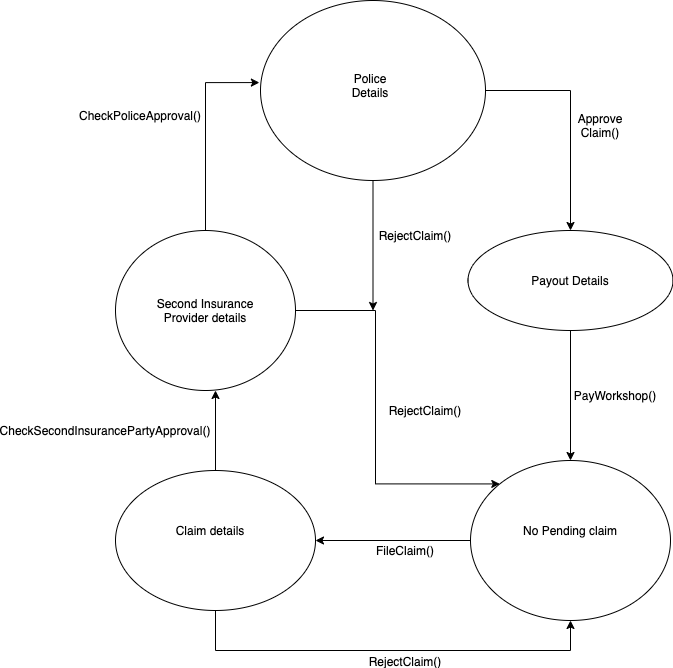
This is Car Accident Insurance Claim.png from shivamrulz/InsuranceClaimFlowDiagram, a draw.io export, as it was before one commit. Source tidied: cells renumbered, new cells last; positions are measured from the earlier drawing's top-left corner, leaving out a move shared by most shapes.
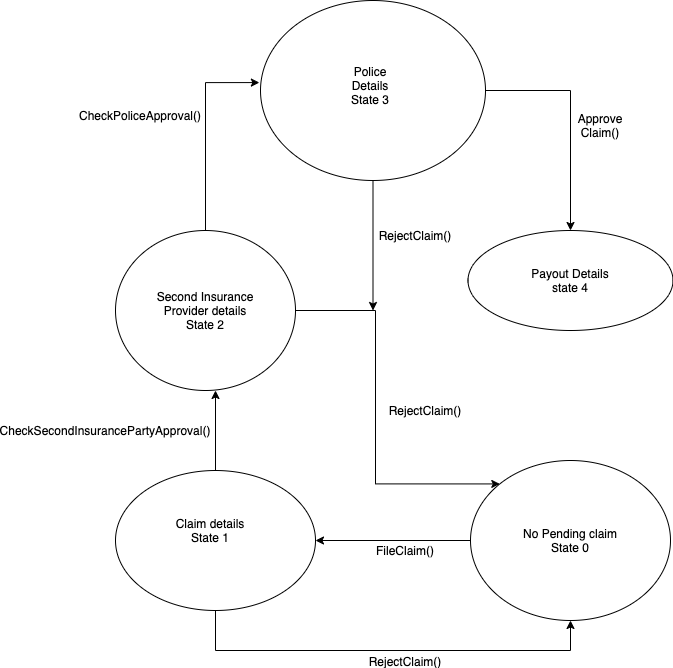
The same file after the commit.

The edit, as a diff of the source:
```diff
@@ -19,9 +19,6 @@
     <mxCell id="4" style="ellipse;whiteSpace=wrap;html=1;" parent="1" vertex="1">
       <mxGeometry x="70" y="470" width="200" height="140" as="geometry" />
     </mxCell>
-    <mxCell id="5" style="edgeStyle=orthogonalEdgeStyle;rounded=0;jettySize=auto;html=1;exitX=0.5;exitY=1;exitDx=0;exitDy=0;entryX=0.5;entryY=0;entryDx=0;entryDy=0;" parent="1" edge="1" source="6" target="8">
-      <mxGeometry relative="1" as="geometry" />
-    </mxCell>
     <mxCell id="6" style="ellipse;whiteSpace=wrap;html=1;" parent="1" vertex="1">
       <mxGeometry x="422.5" y="230" width="205" height="100" as="geometry" />
     </mxCell>
@@ -31,10 +28,10 @@
     <mxCell id="8" style="ellipse;whiteSpace=wrap;html=1;" parent="1" vertex="1">
       <mxGeometry x="425" y="460" width="200" height="160" as="geometry" />
     </mxCell>
-    <mxCell id="9" value="No Pending claim" style="text;html=1;strokeColor=none;fillColor=none;align=center;verticalAlign=middle;whiteSpace=wrap;rounded=0;" parent="1" vertex="1">
-      <mxGeometry x="450" y="520" width="150" height="20" as="geometry" />
+    <mxCell id="9" value="No Pending claim&lt;br&gt;State 0" style="text;html=1;strokeColor=none;fillColor=none;align=center;verticalAlign=middle;whiteSpace=wrap;rounded=0;" parent="1" vertex="1">
+      <mxGeometry x="450" y="520" width="150" height="40" as="geometry" />
     </mxCell>
-    <mxCell id="10" value="Claim details" style="text;html=1;strokeColor=none;fillColor=none;align=center;verticalAlign=middle;whiteSpace=wrap;rounded=0;" parent="1" vertex="1">
+    <mxCell id="10" value="Claim details&lt;br&gt;State 1" style="text;html=1;strokeColor=none;fillColor=none;align=center;verticalAlign=middle;whiteSpace=wrap;rounded=0;" parent="1" vertex="1">
       <mxGeometry x="100" y="480" width="130" height="100" as="geometry" />
     </mxCell>
     <mxCell id="11" value="FileClaim()" style="text;html=1;strokeColor=none;fillColor=none;align=center;verticalAlign=middle;whiteSpace=wrap;rounded=0;" parent="1" vertex="1">
@@ -78,13 +75,13 @@
     <mxCell id="20" style="ellipse;whiteSpace=wrap;html=1;" parent="1" vertex="1">
       <mxGeometry x="215" width="225" height="180" as="geometry" />
     </mxCell>
-    <mxCell id="21" value="Second Insurance Provider details" style="text;html=1;strokeColor=none;fillColor=none;align=center;verticalAlign=middle;whiteSpace=wrap;rounded=0;" parent="1" vertex="1">
+    <mxCell id="21" value="Second Insurance Provider details&lt;br&gt;State 2" style="text;html=1;strokeColor=none;fillColor=none;align=center;verticalAlign=middle;whiteSpace=wrap;rounded=0;" parent="1" vertex="1">
       <mxGeometry x="110" y="275" width="100" height="70" as="geometry" />
     </mxCell>
     <mxCell id="22" value="CheckPoliceApproval()" style="text;html=1;strokeColor=none;fillColor=none;align=center;verticalAlign=middle;whiteSpace=wrap;rounded=0;" parent="1" vertex="1">
       <mxGeometry x="20" y="80" width="150" height="70" as="geometry" />
     </mxCell>
-    <mxCell id="23" value="Police Details" style="text;html=1;strokeColor=none;fillColor=none;align=center;verticalAlign=middle;whiteSpace=wrap;rounded=0;" parent="1" vertex="1">
+    <mxCell id="23" value="Police Details&lt;br&gt;State 3" style="text;html=1;strokeColor=none;fillColor=none;align=center;verticalAlign=middle;whiteSpace=wrap;rounded=0;" parent="1" vertex="1">
       <mxGeometry x="290" y="60" width="70" height="50" as="geometry" />
     </mxCell>
     <mxCell id="24" value="RejectClaim()" style="text;html=1;strokeColor=none;fillColor=none;align=center;verticalAlign=middle;whiteSpace=wrap;rounded=0;" parent="1" vertex="1">
@@ -93,11 +90,8 @@
     <mxCell id="25" value="Approve Claim()" style="text;html=1;strokeColor=none;fillColor=none;align=center;verticalAlign=middle;whiteSpace=wrap;rounded=0;" parent="1" vertex="1">
       <mxGeometry x="530" y="110" width="50" height="30" as="geometry" />
     </mxCell>
-    <mxCell id="26" value="Payout Details" style="text;html=1;strokeColor=none;fillColor=none;align=center;verticalAlign=middle;whiteSpace=wrap;rounded=0;" parent="1" vertex="1">
+    <mxCell id="26" value="Payout Details&lt;br&gt;state 4" style="text;html=1;strokeColor=none;fillColor=none;align=center;verticalAlign=middle;whiteSpace=wrap;rounded=0;" parent="1" vertex="1">
       <mxGeometry x="460" y="235" width="130" height="90" as="geometry" />
     </mxCell>
-    <mxCell id="27" value="PayWorkshop()" style="text;html=1;strokeColor=none;fillColor=none;align=center;verticalAlign=middle;whiteSpace=wrap;rounded=0;" parent="1" vertex="1">
-      <mxGeometry x="530" y="370" width="80" height="50" as="geometry" />
-    </mxCell>
   </root>
 </mxGraphModel>
```
